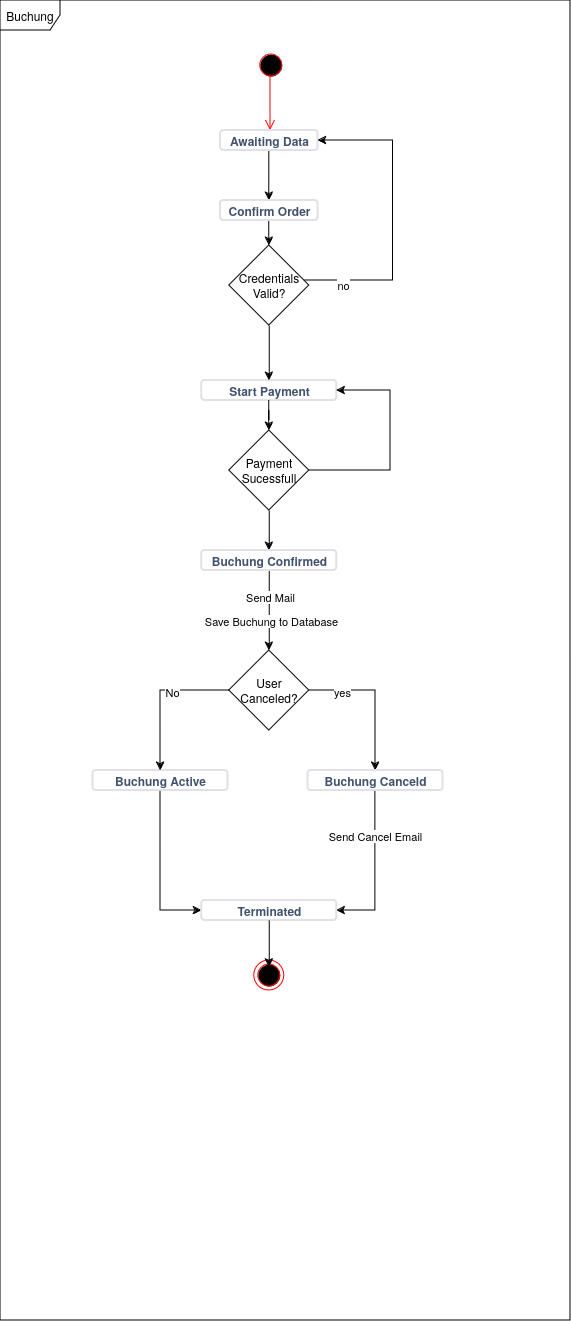
Earlier version of the draw.io export sw-eng-08.drawio.png (MassimiIiano/software-eng-projects-uni). Source tidied: cells renumbered, new cells last; positions are measured from the earlier drawing's top-left corner, leaving out a move shared by most shapes.
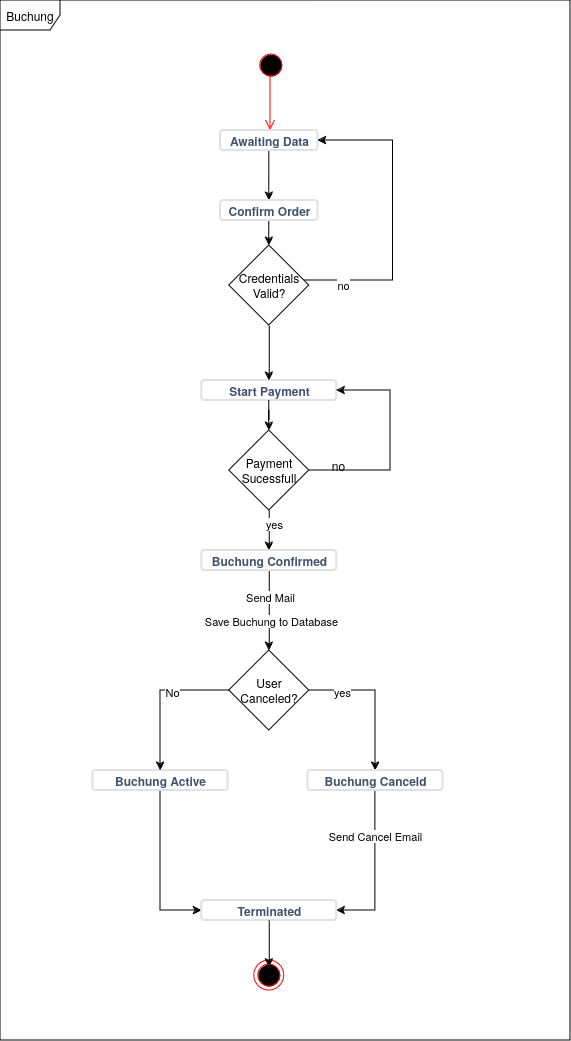
The same file after the commit.

What changed in the source:
```diff
@@ -14,7 +14,7 @@
       <mxGeometry x="253.8" y="960" width="30" height="30" as="geometry" />
     </mxCell>
     <mxCell id="5" value="Buchung" style="shape=umlFrame;whiteSpace=wrap;html=1;" parent="1" vertex="1">
-      <mxGeometry width="570" height="1320" as="geometry" />
+      <mxGeometry width="570" height="1040" as="geometry" />
     </mxCell>
     <mxCell id="6" style="edgeStyle=orthogonalEdgeStyle;rounded=0;jettySize=auto;html=1;entryX=0.5;entryY=0;entryDx=0;entryDy=0;" parent="1" edge="1" source="7">
       <mxGeometry relative="1" as="geometry">
@@ -27,6 +27,9 @@
     <mxCell id="8" style="edgeStyle=orthogonalEdgeStyle;rounded=0;jettySize=auto;html=1;" parent="1" edge="1" source="27" target="14">
       <mxGeometry relative="1" as="geometry" />
     </mxCell>
+    <mxCell id="35" value="yes" style="edgeLabel;html=1;align=center;verticalAlign=middle;" parent="8" vertex="1">
+      <mxGeometry x="-0.35" y="5" relative="1" as="geometry" />
+    </mxCell>
     <mxCell id="9" value="Start Payment" style="dashed=0;html=1;rounded=1;strokeColor=#DFE1E6;fontSize=12;align=center;fontStyle=1;strokeWidth=2;fontColor=#42526E;" parent="1" vertex="1">
       <mxGeometry x="201.2" y="380" width="135" height="20" as="geometry" />
     </mxCell>
@@ -117,5 +120,8 @@
     <mxCell id="34" value="Save Buchung to Database" style="edgeLabel;html=1;align=center;verticalAlign=middle;" parent="1" vertex="1">
       <mxGeometry x="270.8" y="620" as="geometry" />
     </mxCell>
+    <mxCell id="36" value="no" style="text;html=1;align=center;verticalAlign=middle;strokeColor=none;fillColor=none;" parent="1" vertex="1">
+      <mxGeometry x="317.5" y="450" width="40" height="30" as="geometry" />
+    </mxCell>
   </root>
 </mxGraphModel>
```
